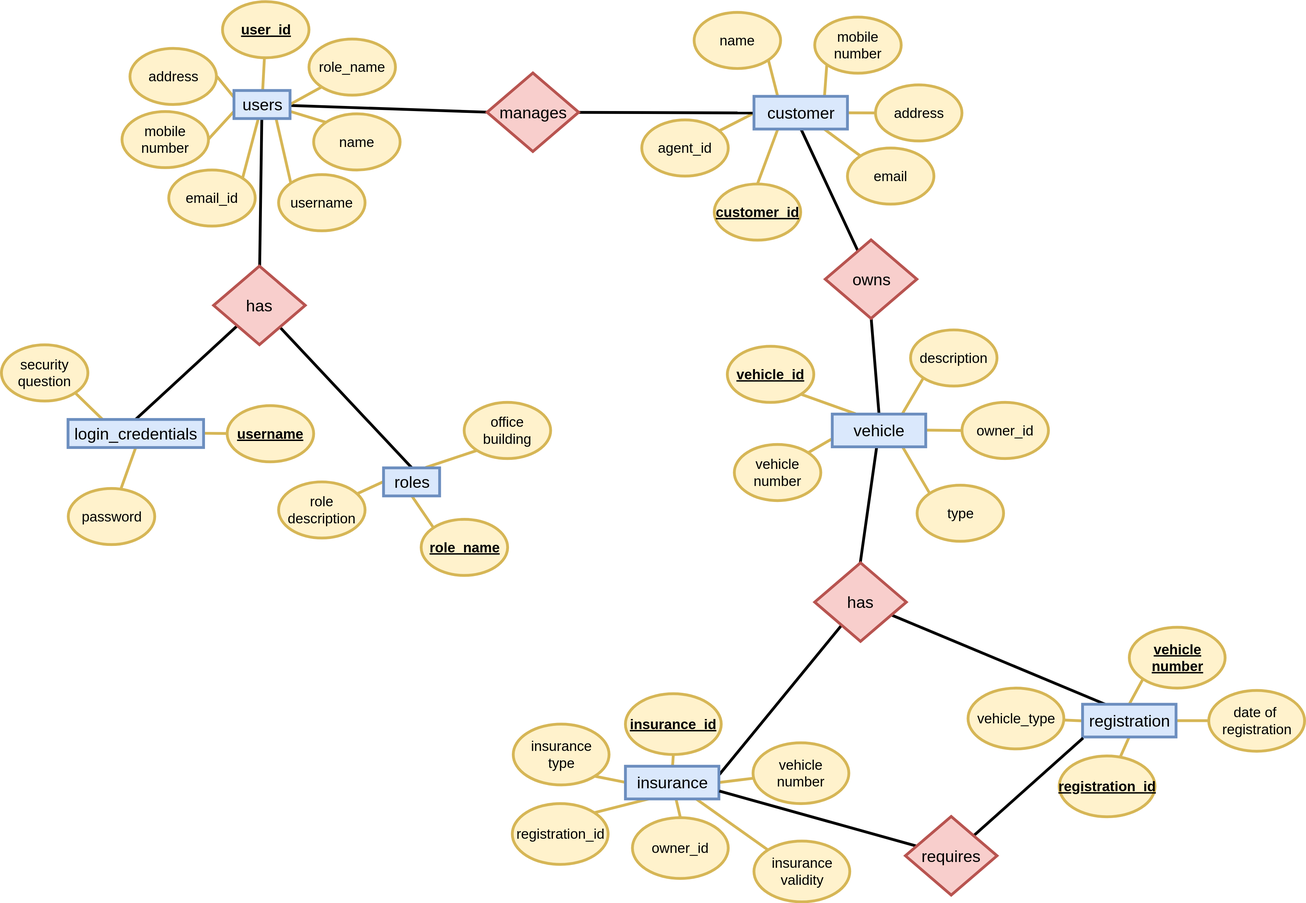
Gituser143/DBMS-Project keeps this draw.io diagram as Draw-Files/Normalised-Entity-Relationship.svg. Above is the earlier version. Source tidied: cells renumbered, new cells last; positions are measured from the earlier drawing's top-left corner, leaving out a move shared by most shapes.
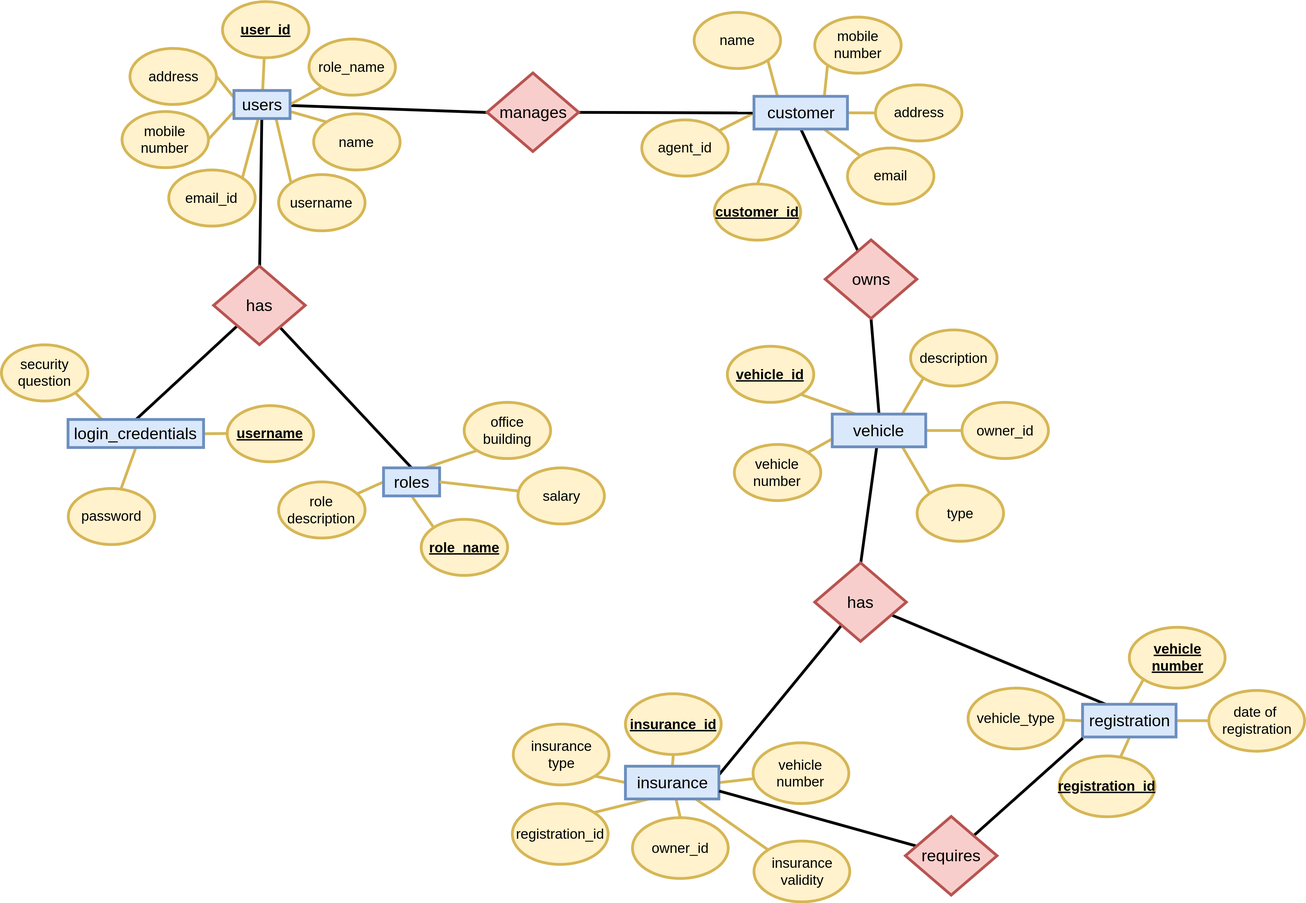
After the change.

Commit message:
Added salary entity to diagrams

Change to the diagram source:
```diff
@@ -278,5 +278,11 @@
     <mxCell id="93" value="&lt;font style=&quot;font-size: 35px&quot;&gt;requires&lt;/font&gt;" style="rhombus;whiteSpace=wrap;html=1;strokeWidth=6;fillColor=#f8cecc;strokeColor=#b85450;" parent="1" vertex="1">
       <mxGeometry x="1934.5" y="1742.5" width="196" height="168" as="geometry" />
     </mxCell>
+    <mxCell id="94" style="rounded=0;html=1;entryX=1;entryY=0.5;jettySize=auto;fillColor=#fff2cc;strokeColor=#d6b656;strokeWidth=6;endArrow=none;endFill=0;" parent="1" edge="1" source="95" target="86">
+      <mxGeometry relative="1" as="geometry" />
+    </mxCell>
+    <mxCell id="95" value="&lt;font style=&quot;font-size: 30px&quot;&gt;salary&lt;br&gt;&lt;/font&gt;" style="ellipse;whiteSpace=wrap;html=1;fillColor=#fff2cc;strokeColor=#d6b656;strokeWidth=6;" parent="1" vertex="1">
+      <mxGeometry x="1105.5" y="997" width="185" height="120" as="geometry" />
+    </mxCell>
   </root>
 </mxGraphModel>
```
